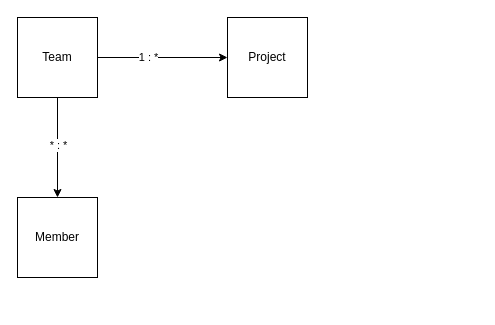
The draw.io diagram docs/Untitled Diagram.drawio in dkraczkowski/code-review-a, before the edit. Source tidied: cells renumbered, new cells numbered last; positions are measured from the earlier drawing's top-left corner, leaving out a move shared by most shapes. Both pictures are drawn from the tidied source at 100%, with x=0, y=0 at pixel (17, 17).
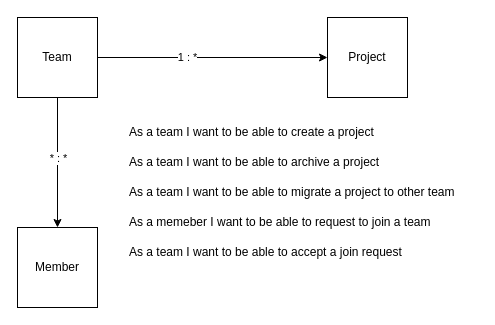
The same page after the edit.

What changed in the source:
```diff
@@
 <mxGraphModel>
   <root>
     <mxCell id="0" />
     <mxCell id="1" parent="0" />
     <mxCell id="2" style="edgeStyle=orthogonalEdgeStyle;rounded=0;jettySize=auto;html=1;" parent="1" edge="1" source="6" target="7">
       <mxGeometry relative="1" as="geometry" />
     </mxCell>
     <mxCell id="3" value="1 : *" style="edgeLabel;html=1;align=center;verticalAlign=middle;" parent="2" vertex="1">
       <mxGeometry x="-0.23" y="1" relative="1" as="geometry" />
     </mxCell>
     <mxCell id="4" style="edgeStyle=orthogonalEdgeStyle;rounded=0;jettySize=auto;html=1;" parent="1" edge="1" source="6" target="8">
       <mxGeometry relative="1" as="geometry" />
     </mxCell>
     <mxCell id="5" value="* : *" style="edgeLabel;html=1;align=center;verticalAlign=middle;" parent="4" vertex="1">
       <mxGeometry x="-0.07" relative="1" as="geometry" />
     </mxCell>
     <mxCell id="6" value="Team" style="whiteSpace=wrap;html=1;" parent="1" vertex="1">
       <mxGeometry width="80" height="80" as="geometry" />
     </mxCell>
     <mxCell id="7" value="Project" style="whiteSpace=wrap;html=1;" parent="1" vertex="1">
-      <mxGeometry x="210" width="80" height="80" as="geometry" />
+      <mxGeometry x="310" width="80" height="80" as="geometry" />
     </mxCell>
     <mxCell id="8" value="Member" style="whiteSpace=wrap;html=1;" parent="1" vertex="1">
-      <mxGeometry y="180" width="80" height="80" as="geometry" />
+      <mxGeometry y="210" width="80" height="80" as="geometry" />
     </mxCell>
+    <mxCell id="9" value="As a team I want to be able to create a project" style="text;html=1;align=left;verticalAlign=middle;strokeColor=none;fillColor=none;" parent="1" vertex="1">
+      <mxGeometry x="110" y="100" width="270" height="30" as="geometry" />
+    </mxCell>
+    <mxCell id="10" value="As a team I want to be able to migrate a project to other team" style="text;html=1;align=left;verticalAlign=middle;strokeColor=none;fillColor=none;" parent="1" vertex="1">
+      <mxGeometry x="110" y="160" width="350" height="30" as="geometry" />
+    </mxCell>
+    <mxCell id="11" value="As a team I want to be able to archive a project" style="text;html=1;align=left;verticalAlign=middle;strokeColor=none;fillColor=none;" parent="1" vertex="1">
+      <mxGeometry x="110" y="130" width="270" height="30" as="geometry" />
+    </mxCell>
+    <mxCell id="12" value="As a memeber I want to be able to request to join a team" style="text;html=1;align=left;verticalAlign=middle;strokeColor=none;fillColor=none;" parent="1" vertex="1">
+      <mxGeometry x="110" y="190" width="330" height="30" as="geometry" />
+    </mxCell>
+    <mxCell id="13" value="As a team I want to be able to accept a join request" style="text;html=1;align=left;verticalAlign=middle;strokeColor=none;fillColor=none;" parent="1" vertex="1">
+      <mxGeometry x="110" y="220" width="300" height="30" as="geometry" />
+    </mxCell>
   </root>
 </mxGraphModel>
```
